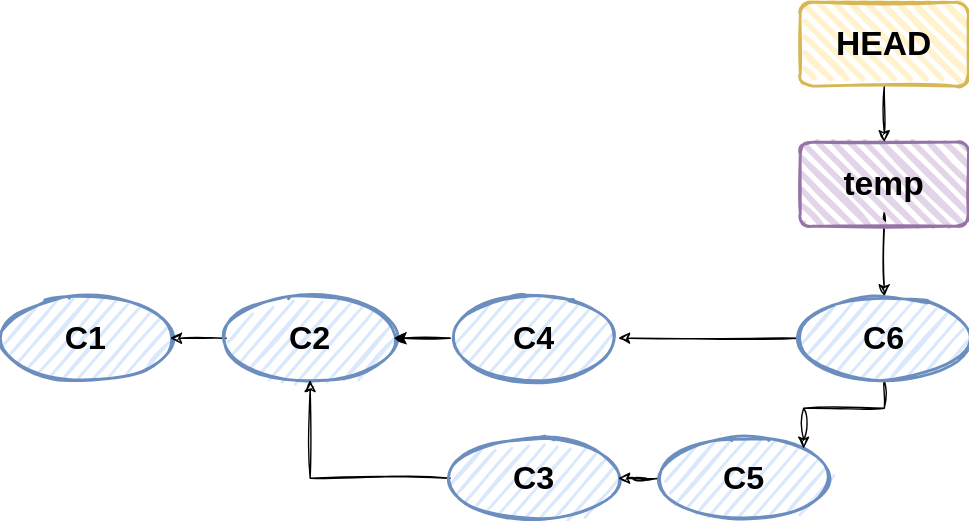
Before: presentation/figures/merging8_cropped.drawio.svg, a diagram exported from draw.io (njohner/git_hands_on). Source tidied: cells renumbered, new cells last; positions are measured from the earlier drawing's top-left corner, leaving out a move shared by most shapes.
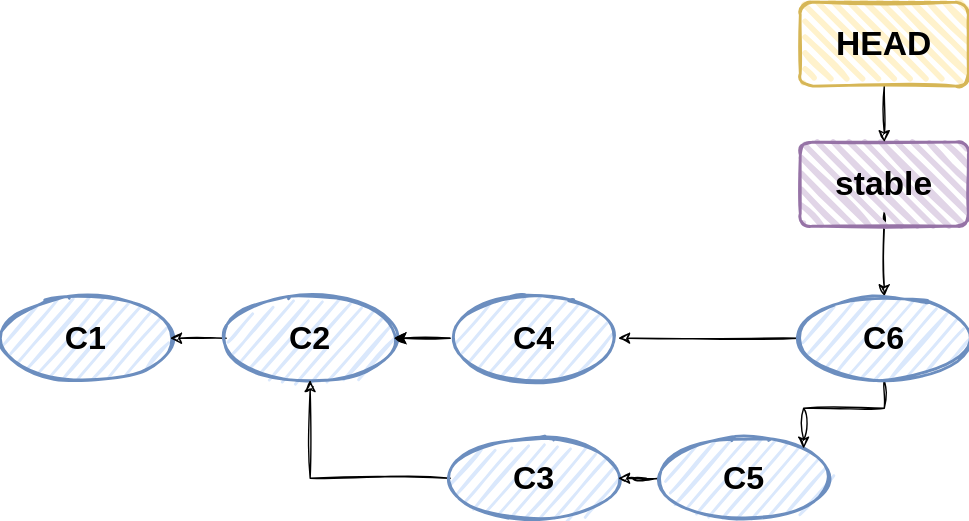
After the change.

The edit, as a diff of the source:
```diff
@@ -19,7 +19,7 @@
         </Array>
       </mxGeometry>
     </mxCell>
-    <mxCell id="6" value="&lt;b&gt;&lt;font style=&quot;font-size: 24px;&quot;&gt;temp&lt;/font&gt;&lt;/b&gt;" style="rounded=1;whiteSpace=wrap;html=1;strokeWidth=2;fillWeight=4;hachureGap=8;hachureAngle=45;fillColor=#e1d5e7;sketch=1;strokeColor=#9673a6;" parent="1" vertex="1">
+    <mxCell id="6" value="&lt;b&gt;&lt;font style=&quot;font-size: 24px;&quot;&gt;stable&lt;/font&gt;&lt;/b&gt;" style="rounded=1;whiteSpace=wrap;html=1;strokeWidth=2;fillWeight=4;hachureGap=8;hachureAngle=45;fillColor=#e1d5e7;sketch=1;strokeColor=#9673a6;" parent="1" vertex="1">
       <mxGeometry x="570" y="100" width="120" height="60" as="geometry" />
     </mxCell>
     <mxCell id="7" style="edgeStyle=orthogonalEdgeStyle;rounded=0;jettySize=auto;html=1;sketch=1;curveFitting=1;jiggle=2;entryX=0.5;entryY=0;entryDx=0;entryDy=0;" parent="1" edge="1" source="8" target="6">
```
